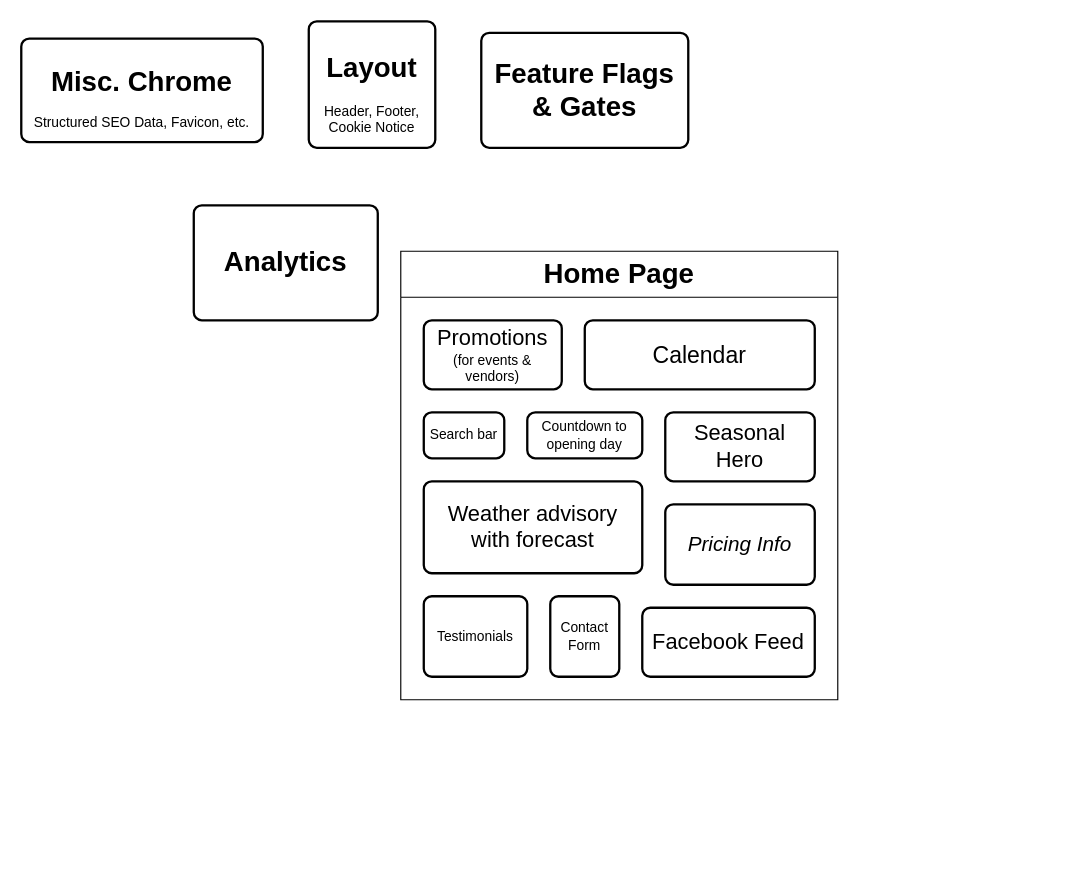
The draw.io diagram page "Page-1" (1 of 2) of OMPP-web-features.drawio in macglencoe/diagrams, before the edit. Source tidied: cells renumbered, new cells numbered last; positions are measured from the earlier drawing's top-left corner, leaving out a move shared by most shapes. Both pictures are drawn from the tidied source at 115%, with x=0, y=0 at pixel (21, 21).
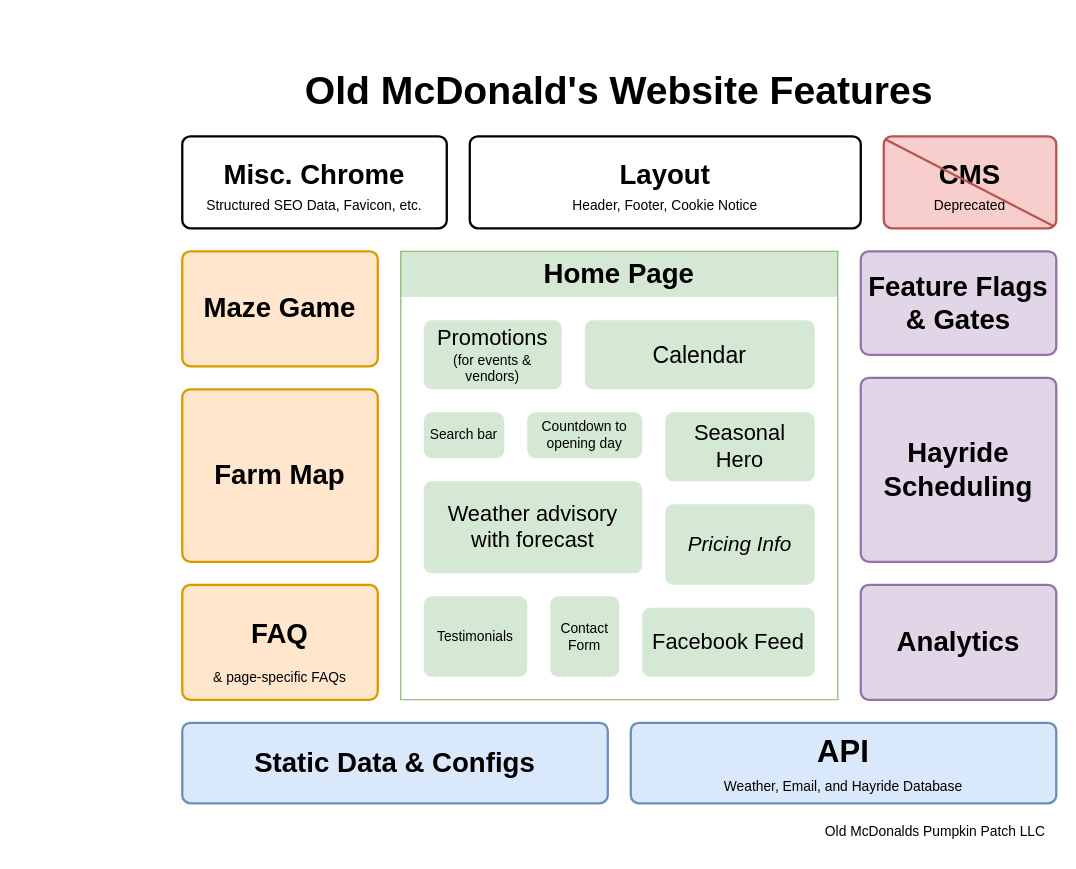
After the change.

The edit, as a diff of the source:
```diff
@@
-    <mxCell id="2" value="&lt;h1&gt;Analytics&lt;/h1&gt;" style="rounded=1;whiteSpace=wrap;html=1;absoluteArcSize=1;arcSize=14;strokeWidth=2;" parent="1" vertex="1">
-      <mxGeometry x="150" y="160" width="160" height="100" as="geometry" />
+    <mxCell id="2" value="&lt;h1&gt;Analytics&lt;/h1&gt;" style="rounded=1;whiteSpace=wrap;html=1;absoluteArcSize=1;arcSize=14;strokeWidth=2;fillColor=#e1d5e7;strokeColor=#9673a6;" parent="1" vertex="1">
+      <mxGeometry x="730" y="490" width="170" height="100" as="geometry" />
     </mxCell>
-    <mxCell id="3" value="&lt;h1&gt;Layout&lt;/h1&gt;&lt;div&gt;Header, Footer,&lt;/div&gt;&lt;div&gt;Cookie Notice&lt;/div&gt;" style="rounded=1;whiteSpace=wrap;html=1;absoluteArcSize=1;arcSize=14;strokeWidth=2;" parent="1" vertex="1">
-      <mxGeometry x="250" width="110" height="110" as="geometry" />
+    <mxCell id="3" value="&lt;h1 style=&quot;line-height: 40%;&quot;&gt;Layout&lt;/h1&gt;&lt;div&gt;Header, Footer,&amp;nbsp;&lt;span style=&quot;background-color: transparent; color: light-dark(rgb(0, 0, 0), rgb(255, 255, 255));&quot;&gt;Cookie Notice&lt;/span&gt;&lt;/div&gt;" style="rounded=1;whiteSpace=wrap;html=1;absoluteArcSize=1;arcSize=14;strokeWidth=2;" parent="1" vertex="1">
+      <mxGeometry x="390" y="100" width="340" height="80" as="geometry" />
     </mxCell>
-    <mxCell id="4" value="&lt;h1&gt;Feature Flags &amp;amp; Gates&lt;/h1&gt;" style="rounded=1;whiteSpace=wrap;html=1;absoluteArcSize=1;arcSize=14;strokeWidth=2;" parent="1" vertex="1">
-      <mxGeometry x="400" y="10" width="180" height="100" as="geometry" />
+    <mxCell id="4" value="&lt;h1&gt;Feature Flags &amp;amp; Gates&lt;/h1&gt;" style="rounded=1;whiteSpace=wrap;html=1;absoluteArcSize=1;arcSize=14;strokeWidth=2;fillColor=#e1d5e7;strokeColor=#9673a6;" parent="1" vertex="1">
+      <mxGeometry x="730" y="200" width="170" height="90" as="geometry" />
     </mxCell>
-    <mxCell id="5" value="&lt;h1 style=&quot;line-height: 100%;&quot;&gt;Misc. Chrome&lt;/h1&gt;&lt;div&gt;Structured SEO Data, Favicon, etc.&lt;/div&gt;" style="rounded=1;whiteSpace=wrap;html=1;absoluteArcSize=1;arcSize=14;strokeWidth=2;" parent="1" vertex="1">
-      <mxGeometry y="15" width="210" height="90" as="geometry" />
+    <mxCell id="5" value="&lt;h1 style=&quot;line-height: 40%;&quot;&gt;Misc. Chrome&lt;/h1&gt;&lt;div&gt;Structured SEO Data, Favicon, etc.&lt;/div&gt;" style="rounded=1;whiteSpace=wrap;html=1;absoluteArcSize=1;arcSize=14;strokeWidth=2;" parent="1" vertex="1">
+      <mxGeometry x="140" y="100" width="230" height="80" as="geometry" />
     </mxCell>
-    <mxCell id="6" value="&lt;h1&gt;Home Page&lt;/h1&gt;" style="swimlane;whiteSpace=wrap;html=1;startSize=40;" parent="1" vertex="1">
+    <mxCell id="6" value="&lt;h1&gt;Home Page&lt;/h1&gt;" style="swimlane;whiteSpace=wrap;html=1;startSize=40;fillColor=#d5e8d4;strokeColor=light-dark(#82B366,#253C18);swimlaneLine=0;glass=0;shadow=0;rounded=0;gradientColor=none;swimlaneFillColor=light-dark(#FFFFFF,#060B00);" parent="1" vertex="1">
       <mxGeometry x="330" y="200" width="380" height="390" as="geometry" />
     </mxCell>
-    <mxCell id="7" value="Seasonal&lt;div&gt;Hero&lt;/div&gt;" style="rounded=1;whiteSpace=wrap;html=1;absoluteArcSize=1;arcSize=14;strokeWidth=2;fontSize=19;" parent="6" vertex="1">
+    <mxCell id="7" value="Seasonal&lt;div&gt;Hero&lt;/div&gt;" style="rounded=1;whiteSpace=wrap;html=1;absoluteArcSize=1;arcSize=14;strokeWidth=2;fontSize=19;fillColor=#d5e8d4;strokeColor=none;" parent="6" vertex="1">
       <mxGeometry x="230" y="140" width="130" height="60" as="geometry" />
     </mxCell>
-    <mxCell id="8" value="&lt;font style=&quot;font-size: 19px;&quot;&gt;Promotions&lt;/font&gt;&lt;div&gt;(for events &amp;amp; vendors)&lt;/div&gt;" style="rounded=1;whiteSpace=wrap;html=1;absoluteArcSize=1;arcSize=14;strokeWidth=2;" parent="6" vertex="1">
+    <mxCell id="8" value="&lt;font style=&quot;font-size: 19px;&quot;&gt;Promotions&lt;/font&gt;&lt;div&gt;(for events &amp;amp; vendors)&lt;/div&gt;" style="rounded=1;whiteSpace=wrap;html=1;absoluteArcSize=1;arcSize=14;strokeWidth=2;fillColor=#d5e8d4;strokeColor=none;" parent="6" vertex="1">
       <mxGeometry x="20" y="60" width="120" height="60" as="geometry" />
     </mxCell>
-    <mxCell id="9" value="Search bar" style="rounded=1;whiteSpace=wrap;html=1;absoluteArcSize=1;arcSize=14;strokeWidth=2;" parent="6" vertex="1">
+    <mxCell id="9" value="Search bar" style="rounded=1;whiteSpace=wrap;html=1;absoluteArcSize=1;arcSize=14;strokeWidth=2;fillColor=#d5e8d4;strokeColor=none;" parent="6" vertex="1">
       <mxGeometry x="20" y="140" width="70" height="40" as="geometry" />
     </mxCell>
-    <mxCell id="10" value="Countdown to opening day" style="rounded=1;whiteSpace=wrap;html=1;absoluteArcSize=1;arcSize=14;strokeWidth=2;" parent="6" vertex="1">
+    <mxCell id="10" value="Countdown to opening day" style="rounded=1;whiteSpace=wrap;html=1;absoluteArcSize=1;arcSize=14;strokeWidth=2;fillColor=#d5e8d4;strokeColor=none;" parent="6" vertex="1">
       <mxGeometry x="110" y="140" width="100" height="40" as="geometry" />
     </mxCell>
-    <mxCell id="11" value="Calendar" style="rounded=1;whiteSpace=wrap;html=1;absoluteArcSize=1;arcSize=14;strokeWidth=2;fontSize=20;" parent="6" vertex="1">
+    <mxCell id="11" value="Calendar" style="rounded=1;whiteSpace=wrap;html=1;absoluteArcSize=1;arcSize=14;strokeWidth=2;fontSize=20;fillColor=#d5e8d4;strokeColor=none;" parent="6" vertex="1">
       <mxGeometry x="160" y="60" width="200" height="60" as="geometry" />
     </mxCell>
-    <mxCell id="12" value="Weather advisory&lt;div&gt;with forecast&lt;/div&gt;" style="rounded=1;whiteSpace=wrap;html=1;absoluteArcSize=1;arcSize=14;strokeWidth=2;fontSize=19;" parent="6" vertex="1">
+    <mxCell id="12" value="Weather advisory&lt;div&gt;with forecast&lt;/div&gt;" style="rounded=1;whiteSpace=wrap;html=1;absoluteArcSize=1;arcSize=14;strokeWidth=2;fontSize=19;fillColor=#d5e8d4;strokeColor=none;" parent="6" vertex="1">
       <mxGeometry x="20" y="200" width="190" height="80" as="geometry" />
     </mxCell>
-    <mxCell id="13" value="Pricing Info" style="rounded=1;whiteSpace=wrap;html=1;absoluteArcSize=1;arcSize=14;strokeWidth=2;fontSize=18;fontStyle=2;" parent="6" vertex="1">
+    <mxCell id="13" value="Pricing Info" style="rounded=1;whiteSpace=wrap;html=1;absoluteArcSize=1;arcSize=14;strokeWidth=2;fontSize=18;fontStyle=2;fillColor=#d5e8d4;strokeColor=none;" parent="6" vertex="1">
       <mxGeometry x="230" y="220" width="130" height="70" as="geometry" />
     </mxCell>
-    <mxCell id="14" value="Testimonials" style="rounded=1;whiteSpace=wrap;html=1;absoluteArcSize=1;arcSize=14;strokeWidth=2;" parent="6" vertex="1">
+    <mxCell id="14" value="Testimonials" style="rounded=1;whiteSpace=wrap;html=1;absoluteArcSize=1;arcSize=14;strokeWidth=2;fillColor=#d5e8d4;strokeColor=none;" parent="6" vertex="1">
       <mxGeometry x="20" y="300" width="90" height="70" as="geometry" />
     </mxCell>
-    <mxCell id="15" value="Facebook Feed" style="rounded=1;whiteSpace=wrap;html=1;absoluteArcSize=1;arcSize=14;strokeWidth=2;fontSize=19;" parent="6" vertex="1">
+    <mxCell id="15" value="Facebook Feed" style="rounded=1;whiteSpace=wrap;html=1;absoluteArcSize=1;arcSize=14;strokeWidth=2;fontSize=19;fillColor=#d5e8d4;strokeColor=none;" parent="6" vertex="1">
       <mxGeometry x="210" y="310" width="150" height="60" as="geometry" />
     </mxCell>
-    <mxCell id="16" value="Contact Form" style="rounded=1;whiteSpace=wrap;html=1;absoluteArcSize=1;arcSize=14;strokeWidth=2;" parent="6" vertex="1">
+    <mxCell id="16" value="Contact Form" style="rounded=1;whiteSpace=wrap;html=1;absoluteArcSize=1;arcSize=14;strokeWidth=2;fillColor=#d5e8d4;strokeColor=none;" parent="6" vertex="1">
       <mxGeometry x="130" y="300" width="60" height="70" as="geometry" />
     </mxCell>
+    <mxCell id="17" value="&lt;h1&gt;Farm Map&lt;/h1&gt;" style="rounded=1;whiteSpace=wrap;html=1;absoluteArcSize=1;arcSize=14;strokeWidth=2;fillColor=#ffe6cc;strokeColor=#d79b00;" parent="1" vertex="1">
+      <mxGeometry x="140" y="320" width="170" height="150" as="geometry" />
+    </mxCell>
+    <mxCell id="18" value="&lt;h1&gt;Maze Game&lt;/h1&gt;" style="rounded=1;whiteSpace=wrap;html=1;absoluteArcSize=1;arcSize=14;strokeWidth=2;fillColor=#ffe6cc;strokeColor=#d79b00;" parent="1" vertex="1">
+      <mxGeometry x="140" y="200" width="170" height="100" as="geometry" />
+    </mxCell>
+    <mxCell id="19" value="&lt;h1&gt;FAQ&lt;/h1&gt;&lt;div&gt;&amp;amp; page-specific FAQs&lt;/div&gt;" style="rounded=1;whiteSpace=wrap;html=1;absoluteArcSize=1;arcSize=14;strokeWidth=2;fillColor=#ffe6cc;strokeColor=#d79b00;" parent="1" vertex="1">
+      <mxGeometry x="140" y="490" width="170" height="100" as="geometry" />
+    </mxCell>
+    <mxCell id="20" value="&lt;h1&gt;Static Data &amp;amp; Configs&lt;/h1&gt;" style="rounded=1;whiteSpace=wrap;html=1;absoluteArcSize=1;arcSize=14;strokeWidth=2;fillColor=#dae8fc;strokeColor=#6c8ebf;" parent="1" vertex="1">
+      <mxGeometry x="140" y="610" width="370" height="70" as="geometry" />
+    </mxCell>
+    <mxCell id="21" value="&lt;p style=&quot;line-height: 100%;&quot;&gt;&lt;font style=&quot;font-size: 27px;&quot;&gt;&lt;b style=&quot;line-height: 40%;&quot;&gt;API&lt;/b&gt;&lt;/font&gt;&lt;/p&gt;&lt;div&gt;Weather, Email, and Hayride Database&lt;/div&gt;" style="rounded=1;whiteSpace=wrap;html=1;absoluteArcSize=1;arcSize=14;strokeWidth=2;fillColor=#dae8fc;strokeColor=#6c8ebf;" parent="1" vertex="1">
+      <mxGeometry x="530" y="610" width="370" height="70" as="geometry" />
+    </mxCell>
+    <mxCell id="22" value="&lt;h1&gt;Hayride Scheduling&lt;/h1&gt;" style="rounded=1;whiteSpace=wrap;html=1;absoluteArcSize=1;arcSize=14;strokeWidth=2;fillColor=#e1d5e7;strokeColor=#9673a6;" parent="1" vertex="1">
+      <mxGeometry x="730" y="310" width="170" height="160" as="geometry" />
+    </mxCell>
+    <mxCell id="23" value="&lt;h1 style=&quot;line-height: 40%;&quot;&gt;CMS&lt;/h1&gt;&lt;div&gt;&lt;font style=&quot;color: light-dark(rgb(0, 0, 0), rgb(255, 0, 0));&quot;&gt;Deprecated&lt;/font&gt;&lt;/div&gt;" style="rounded=1;whiteSpace=wrap;html=1;absoluteArcSize=1;arcSize=14;strokeWidth=2;fillColor=#f8cecc;strokeColor=#b85450;" parent="1" vertex="1">
+      <mxGeometry x="750" y="100" width="150" height="80" as="geometry" />
+    </mxCell>
+    <mxCell id="24" style="endArrow=none;html=1;rounded=0;entryX=0.014;entryY=0.037;entryDx=0;entryDy=0;exitX=0.98;exitY=0.972;exitDx=0;exitDy=0;exitPerimeter=0;entryPerimeter=0;fillColor=#f8cecc;strokeColor=#b85450;strokeWidth=2;" parent="1" edge="1" source="23" target="23">
+      <mxGeometry relative="1" as="geometry" />
+    </mxCell>
+    <mxCell id="25" value="Old McDonald's Website Features" style="text;html=1;whiteSpace=wrap;strokeColor=none;fillColor=none;align=center;verticalAlign=middle;rounded=0;fontSize=34;fontStyle=1;" parent="1" vertex="1">
+      <mxGeometry x="140" y="40" width="760" height="40" as="geometry" />
+    </mxCell>
+    <mxCell id="26" value="Old McDonalds Pumpkin Patch LLC" style="text;html=1;whiteSpace=wrap;strokeColor=none;fillColor=none;align=center;verticalAlign=middle;rounded=0;" parent="1" vertex="1">
+      <mxGeometry x="690" y="690" width="210" height="30" as="geometry" />
+    </mxCell>
```
